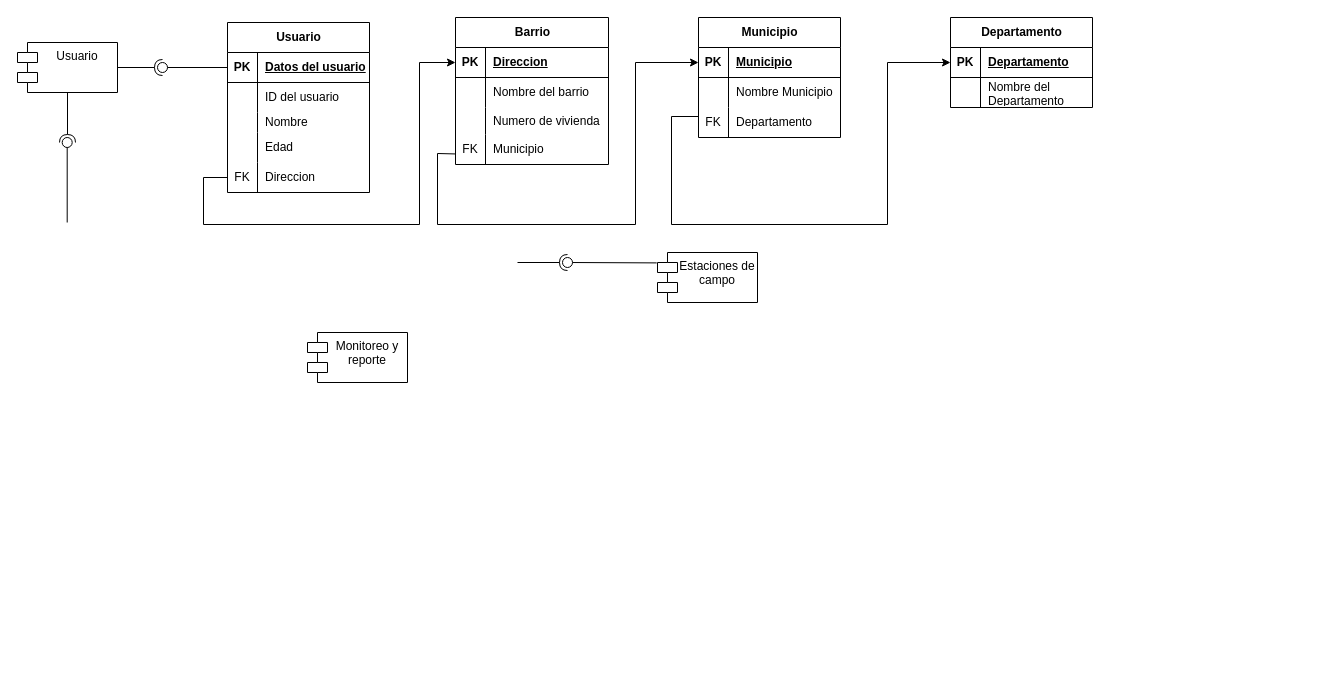
Before: Diagrama de componentes.drawio in Juan-caeres/Agrometeorologia, a draw.io diagram. Source tidied: cells renumbered, new cells numbered last; positions are measured from the earlier drawing's top-left corner, leaving out a move shared by most shapes. Both pictures are drawn from the tidied source at 100%, with x=0, y=0 at pixel (17, 17).
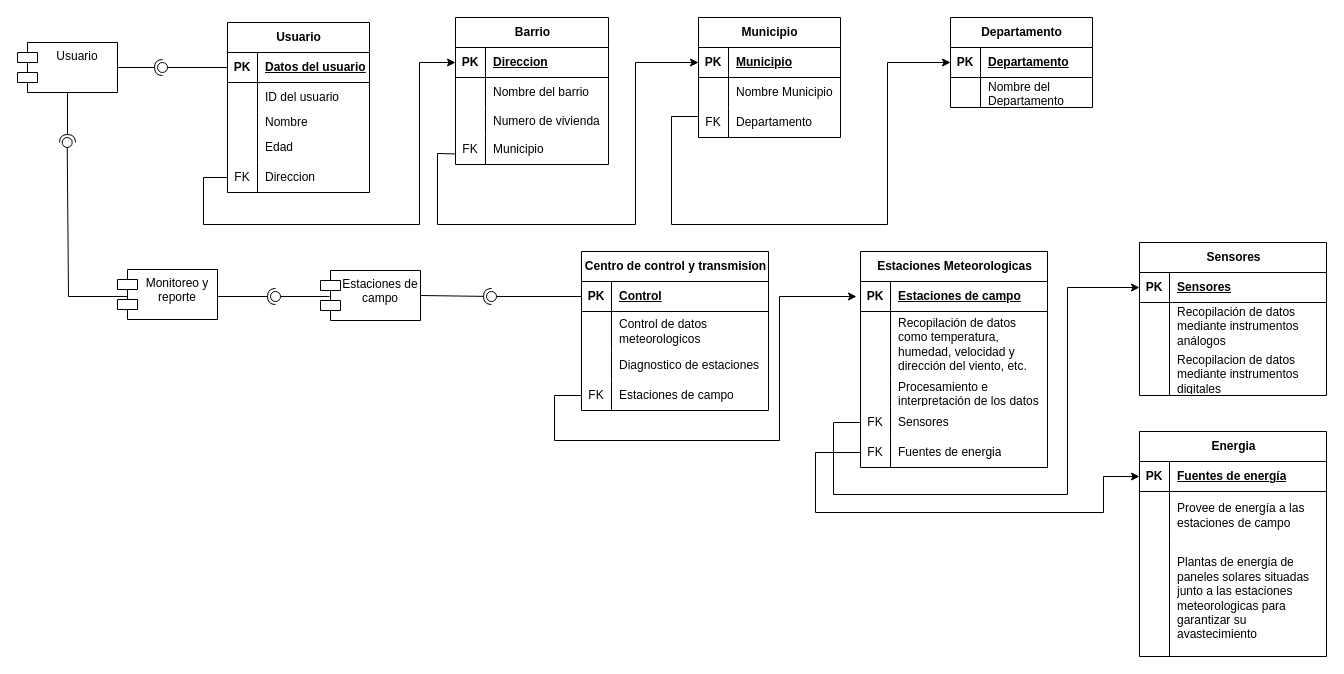
After the change.

Change to the diagram source:
```diff
@@
     <mxCell id="3" value="Estaciones de campo" style="shape=module;align=left;spacingLeft=20;align=center;verticalAlign=top;whiteSpace=wrap;html=1;" parent="1" vertex="1">
-      <mxGeometry x="640" y="235" width="100" height="50" as="geometry" />
+      <mxGeometry x="303" y="253" width="100" height="50" as="geometry" />
     </mxCell>
-    <mxCell id="4" style="rounded=0;orthogonalLoop=1;jettySize=auto;html=1;endArrow=halfCircle;endFill=0;endSize=6;strokeWidth=1;sketch=0;" parent="1" edge="1">
-      <mxGeometry relative="1" as="geometry">
-        <mxPoint x="500" y="245" as="sourcePoint" />
-        <mxPoint x="550" y="245" as="targetPoint" />
-      </mxGeometry>
-    </mxCell>
-    <mxCell id="5" style="rounded=0;jettySize=auto;html=1;endArrow=oval;endFill=0;sketch=0;sourcePerimeterSpacing=0;targetPerimeterSpacing=0;endSize=10;exitX=-0.008;exitY=0.208;exitDx=0;exitDy=0;exitPerimeter=0;" parent="1" edge="1" source="3">
-      <mxGeometry relative="1" as="geometry">
-        <mxPoint x="550" y="245" as="targetPoint" />
-      </mxGeometry>
-    </mxCell>
@@
     <mxCell id="8" style="rounded=0;orthogonalLoop=1;jettySize=auto;html=1;endArrow=oval;endFill=0;sketch=0;sourcePerimeterSpacing=0;targetPerimeterSpacing=0;endSize=10;" parent="1" edge="1">
       <mxGeometry relative="1" as="geometry">
-        <mxPoint x="49.7" y="205" as="sourcePoint" />
+        <mxPoint x="114" y="279" as="sourcePoint" />
         <mxPoint x="49.7" y="125" as="targetPoint" />
+        <Array as="points">
+          <mxPoint x="51" y="279" />
+        </Array>
       </mxGeometry>
     </mxCell>
@@
     <mxCell id="10" value="Monitoreo y reporte" style="shape=module;align=left;spacingLeft=20;align=center;verticalAlign=top;whiteSpace=wrap;html=1;" parent="1" vertex="1">
-      <mxGeometry x="290" y="315" width="100" height="50" as="geometry" />
+      <mxGeometry x="100" y="252" width="100" height="50" as="geometry" />
     </mxCell>
@@
+    <mxCell id="63" style="rounded=0;orthogonalLoop=1;jettySize=auto;html=1;endArrow=halfCircle;endFill=0;endSize=6;strokeWidth=1;sketch=0;" parent="1" edge="1">
+      <mxGeometry relative="1" as="geometry">
+        <mxPoint x="200" y="279" as="sourcePoint" />
+        <mxPoint x="258" y="279" as="targetPoint" />
+      </mxGeometry>
+    </mxCell>
+    <mxCell id="64" style="rounded=0;orthogonalLoop=1;jettySize=auto;html=1;endArrow=oval;endFill=0;sketch=0;sourcePerimeterSpacing=0;targetPerimeterSpacing=0;endSize=10;" parent="1" edge="1">
+      <mxGeometry relative="1" as="geometry">
+        <mxPoint x="312" y="279" as="sourcePoint" />
+        <mxPoint x="258" y="279" as="targetPoint" />
+      </mxGeometry>
+    </mxCell>
+    <mxCell id="65" style="ellipse;whiteSpace=wrap;html=1;align=center;fillColor=none;strokeColor=none;perimeter=centerPerimeter;" parent="1" vertex="1">
+      <mxGeometry x="309" y="243" width="10" height="10" as="geometry" />
+    </mxCell>
+    <mxCell id="66" style="rounded=0;orthogonalLoop=1;jettySize=auto;html=1;endArrow=oval;endFill=0;sketch=0;sourcePerimeterSpacing=0;targetPerimeterSpacing=0;endSize=10;" parent="1" edge="1">
+      <mxGeometry relative="1" as="geometry">
+        <mxPoint x="564" y="279" as="sourcePoint" />
+        <mxPoint x="474" y="279" as="targetPoint" />
+      </mxGeometry>
+    </mxCell>
+    <mxCell id="67" style="rounded=0;jettySize=auto;html=1;endArrow=halfCircle;endFill=0;endSize=6;strokeWidth=1;sketch=0;exitX=1;exitY=0.5;exitDx=0;exitDy=0;" parent="1" edge="1" source="3">
+      <mxGeometry relative="1" as="geometry">
+        <mxPoint x="474" y="279" as="targetPoint" />
+      </mxGeometry>
+    </mxCell>
+    <mxCell id="68" style="ellipse;whiteSpace=wrap;html=1;align=center;fillColor=none;strokeColor=none;perimeter=centerPerimeter;" parent="1" vertex="1">
+      <mxGeometry x="465" y="342" width="10" height="10" as="geometry" />
+    </mxCell>
+    <mxCell id="69" value="Centro de control y transmision" style="shape=table;startSize=30;childLayout=tableLayout;rowLines=0;fontStyle=1;align=center;html=1;" parent="1" vertex="1">
+      <mxGeometry x="564" y="234" width="187" height="159" as="geometry" />
+    </mxCell>
+    <mxCell id="70" style="shape=tableRow;horizontal=0;startSize=0;swimlaneHead=0;swimlaneBody=0;fillColor=none;top=0;left=0;right=0;bottom=1;" parent="69" vertex="1">
+      <mxGeometry y="30" width="187" height="30" as="geometry" />
+    </mxCell>
+    <mxCell id="71" value="PK" style="shape=partialRectangle;fillColor=none;top=0;left=0;bottom=0;right=0;fontStyle=1;overflow=hidden;whiteSpace=wrap;html=1;" parent="70" vertex="1">
+      <mxGeometry width="30" height="30" as="geometry" />
+    </mxCell>
+    <mxCell id="72" value="Control" style="shape=partialRectangle;fillColor=none;top=0;left=0;bottom=0;right=0;align=left;spacingLeft=6;fontStyle=5;overflow=hidden;whiteSpace=wrap;html=1;" parent="70" vertex="1">
+      <mxGeometry x="30" width="157" height="30" as="geometry" />
+    </mxCell>
+    <mxCell id="73" style="shape=tableRow;horizontal=0;startSize=0;swimlaneHead=0;swimlaneBody=0;fillColor=none;top=0;left=0;right=0;bottom=0;" parent="69" vertex="1">
+      <mxGeometry y="60" width="187" height="39" as="geometry" />
+    </mxCell>
+    <mxCell id="74" style="shape=partialRectangle;fillColor=none;top=0;left=0;bottom=0;right=0;overflow=hidden;whiteSpace=wrap;html=1;" parent="73" vertex="1">
+      <mxGeometry width="30" height="39" as="geometry" />
+    </mxCell>
+    <mxCell id="75" value="Control de datos meteorologicos" style="shape=partialRectangle;fillColor=none;top=0;left=0;bottom=0;right=0;align=left;spacingLeft=6;overflow=hidden;whiteSpace=wrap;html=1;" parent="73" vertex="1">
+      <mxGeometry x="30" width="157" height="39" as="geometry" />
+    </mxCell>
+    <mxCell id="76" style="shape=tableRow;horizontal=0;startSize=0;swimlaneHead=0;swimlaneBody=0;fillColor=none;top=0;left=0;right=0;bottom=0;" parent="69" vertex="1">
+      <mxGeometry y="99" width="187" height="30" as="geometry" />
+    </mxCell>
+    <mxCell id="77" style="shape=partialRectangle;fillColor=none;top=0;left=0;bottom=0;right=0;overflow=hidden;whiteSpace=wrap;html=1;" parent="76" vertex="1">
+      <mxGeometry width="30" height="30" as="geometry" />
+    </mxCell>
+    <mxCell id="78" value="Diagnostico de estaciones" style="shape=partialRectangle;fillColor=none;top=0;left=0;bottom=0;right=0;align=left;spacingLeft=6;overflow=hidden;whiteSpace=wrap;html=1;" parent="76" vertex="1">
+      <mxGeometry x="30" width="157" height="30" as="geometry" />
+    </mxCell>
+    <mxCell id="79" style="shape=tableRow;horizontal=0;startSize=0;swimlaneHead=0;swimlaneBody=0;fillColor=none;points=[[0,0.5],[1,0.5]];portConstraint=eastwest;top=0;left=0;right=0;bottom=0;" parent="69" vertex="1">
+      <mxGeometry y="129" width="187" height="30" as="geometry" />
+    </mxCell>
+    <mxCell id="80" value="FK" style="shape=partialRectangle;fillColor=none;top=0;left=0;bottom=0;right=0;overflow=hidden;whiteSpace=wrap;html=1;" parent="79" vertex="1">
+      <mxGeometry width="30" height="30" as="geometry" />
+    </mxCell>
+    <mxCell id="81" value="Estaciones de campo" style="shape=partialRectangle;fillColor=none;top=0;left=0;bottom=0;right=0;align=left;spacingLeft=6;overflow=hidden;whiteSpace=wrap;html=1;" parent="79" vertex="1">
+      <mxGeometry x="30" width="157" height="30" as="geometry" />
+    </mxCell>
+    <mxCell id="82" style="endArrow=classic;html=1;rounded=0;exitX=0;exitY=0.5;exitDx=0;exitDy=0;" parent="1" edge="1" source="79">
+      <mxGeometry relative="1" as="geometry">
+        <mxPoint x="839" y="279" as="targetPoint" />
+        <Array as="points">
+          <mxPoint x="537" y="378" />
+          <mxPoint x="537" y="423" />
+          <mxPoint x="762" y="423" />
+          <mxPoint x="762" y="279" />
+        </Array>
+      </mxGeometry>
+    </mxCell>
+    <mxCell id="83" value="Estaciones Meteorologicas" style="shape=table;startSize=30;childLayout=tableLayout;rowLines=0;fontStyle=1;align=center;html=1;" parent="1" vertex="1">
+      <mxGeometry x="843" y="234" width="187" height="216" as="geometry" />
+    </mxCell>
+    <mxCell id="84" style="shape=tableRow;horizontal=0;startSize=0;swimlaneHead=0;swimlaneBody=0;fillColor=none;top=0;left=0;right=0;bottom=1;" parent="83" vertex="1">
+      <mxGeometry y="30" width="187" height="30" as="geometry" />
+    </mxCell>
+    <mxCell id="85" value="PK" style="shape=partialRectangle;fillColor=none;top=0;left=0;bottom=0;right=0;fontStyle=1;overflow=hidden;whiteSpace=wrap;html=1;" parent="84" vertex="1">
+      <mxGeometry width="30" height="30" as="geometry" />
+    </mxCell>
+    <mxCell id="86" value="Estaciones de campo" style="shape=partialRectangle;fillColor=none;top=0;left=0;bottom=0;right=0;align=left;spacingLeft=6;fontStyle=5;overflow=hidden;whiteSpace=wrap;html=1;" parent="84" vertex="1">
+      <mxGeometry x="30" width="157" height="30" as="geometry" />
+    </mxCell>
+    <mxCell id="87" style="shape=tableRow;horizontal=0;startSize=0;swimlaneHead=0;swimlaneBody=0;fillColor=none;top=0;left=0;right=0;bottom=0;" parent="83" vertex="1">
+      <mxGeometry y="60" width="187" height="66" as="geometry" />
+    </mxCell>
+    <mxCell id="88" style="shape=partialRectangle;fillColor=none;top=0;left=0;bottom=0;right=0;overflow=hidden;whiteSpace=wrap;html=1;" parent="87" vertex="1">
+      <mxGeometry width="30" height="66" as="geometry" />
+    </mxCell>
+    <mxCell id="89" value="Recopilación de datos como temperatura, humedad, velocidad y dirección del viento, etc.&amp;nbsp;" style="shape=partialRectangle;fillColor=none;top=0;left=0;bottom=0;right=0;align=left;spacingLeft=6;overflow=hidden;whiteSpace=wrap;html=1;" parent="87" vertex="1">
+      <mxGeometry x="30" width="157" height="66" as="geometry" />
+    </mxCell>
+    <mxCell id="90" style="shape=tableRow;horizontal=0;startSize=0;swimlaneHead=0;swimlaneBody=0;fillColor=none;top=0;left=0;right=0;bottom=0;" parent="83" vertex="1">
+      <mxGeometry y="126" width="187" height="30" as="geometry" />
+    </mxCell>
+    <mxCell id="91" style="shape=partialRectangle;fillColor=none;top=0;left=0;bottom=0;right=0;overflow=hidden;whiteSpace=wrap;html=1;" parent="90" vertex="1">
+      <mxGeometry width="30" height="30" as="geometry" />
+    </mxCell>
+    <mxCell id="92" value="Procesamiento e interpretación de los datos" style="shape=partialRectangle;fillColor=none;top=0;left=0;bottom=0;right=0;align=left;spacingLeft=6;overflow=hidden;whiteSpace=wrap;html=1;" parent="90" vertex="1">
+      <mxGeometry x="30" width="157" height="30" as="geometry" />
+    </mxCell>
+    <mxCell id="93" style="shape=tableRow;horizontal=0;startSize=0;swimlaneHead=0;swimlaneBody=0;fillColor=none;points=[[0,0.5],[1,0.5]];portConstraint=eastwest;top=0;left=0;right=0;bottom=0;" parent="83" vertex="1">
+      <mxGeometry y="156" width="187" height="30" as="geometry" />
+    </mxCell>
+    <mxCell id="94" value="FK" style="shape=partialRectangle;fillColor=none;top=0;left=0;bottom=0;right=0;overflow=hidden;whiteSpace=wrap;html=1;" parent="93" vertex="1">
+      <mxGeometry width="30" height="30" as="geometry" />
+    </mxCell>
+    <mxCell id="95" value="Sensores" style="shape=partialRectangle;fillColor=none;top=0;left=0;bottom=0;right=0;align=left;spacingLeft=6;overflow=hidden;whiteSpace=wrap;html=1;" parent="93" vertex="1">
+      <mxGeometry x="30" width="157" height="30" as="geometry" />
+    </mxCell>
+    <mxCell id="96" style="shape=tableRow;horizontal=0;startSize=0;swimlaneHead=0;swimlaneBody=0;fillColor=none;points=[[0,0.5],[1,0.5]];portConstraint=eastwest;top=0;left=0;right=0;bottom=0;" parent="83" vertex="1">
+      <mxGeometry y="186" width="187" height="30" as="geometry" />
+    </mxCell>
+    <mxCell id="97" value="FK" style="shape=partialRectangle;fillColor=none;top=0;left=0;bottom=0;right=0;overflow=hidden;whiteSpace=wrap;html=1;" parent="96" vertex="1">
+      <mxGeometry width="30" height="30" as="geometry" />
+    </mxCell>
+    <mxCell id="98" value="Fuentes de energia" style="shape=partialRectangle;fillColor=none;top=0;left=0;bottom=0;right=0;align=left;spacingLeft=6;overflow=hidden;whiteSpace=wrap;html=1;" parent="96" vertex="1">
+      <mxGeometry x="30" width="157" height="30" as="geometry" />
+    </mxCell>
+    <mxCell id="99" style="endArrow=classic;html=1;rounded=0;exitX=0;exitY=0.5;exitDx=0;exitDy=0;" parent="1" edge="1" source="93">
+      <mxGeometry relative="1" as="geometry">
+        <mxPoint x="1122" y="270" as="targetPoint" />
+        <Array as="points">
+          <mxPoint x="816" y="405" />
+          <mxPoint x="816" y="477" />
+          <mxPoint x="1050" y="477" />
+          <mxPoint x="1050" y="270" />
+        </Array>
+      </mxGeometry>
+    </mxCell>
+    <mxCell id="100" value="Sensores" style="shape=table;startSize=30;childLayout=tableLayout;rowLines=0;fontStyle=1;align=center;html=1;" parent="1" vertex="1">
+      <mxGeometry x="1122" y="225" width="187" height="153" as="geometry" />
+    </mxCell>
+    <mxCell id="101" style="shape=tableRow;horizontal=0;startSize=0;swimlaneHead=0;swimlaneBody=0;fillColor=none;top=0;left=0;right=0;bottom=1;" parent="100" vertex="1">
+      <mxGeometry y="30" width="187" height="30" as="geometry" />
+    </mxCell>
+    <mxCell id="102" value="PK" style="shape=partialRectangle;fillColor=none;top=0;left=0;bottom=0;right=0;fontStyle=1;overflow=hidden;whiteSpace=wrap;html=1;" parent="101" vertex="1">
+      <mxGeometry width="30" height="30" as="geometry" />
+    </mxCell>
+    <mxCell id="103" value="Sensores" style="shape=partialRectangle;fillColor=none;top=0;left=0;bottom=0;right=0;align=left;spacingLeft=6;fontStyle=5;overflow=hidden;whiteSpace=wrap;html=1;" parent="101" vertex="1">
+      <mxGeometry x="30" width="157" height="30" as="geometry" />
+    </mxCell>
+    <mxCell id="104" style="shape=tableRow;horizontal=0;startSize=0;swimlaneHead=0;swimlaneBody=0;fillColor=none;top=0;left=0;right=0;bottom=0;" parent="100" vertex="1">
+      <mxGeometry y="60" width="187" height="48" as="geometry" />
+    </mxCell>
+    <mxCell id="105" style="shape=partialRectangle;fillColor=none;top=0;left=0;bottom=0;right=0;overflow=hidden;whiteSpace=wrap;html=1;" parent="104" vertex="1">
+      <mxGeometry width="30" height="48" as="geometry" />
+    </mxCell>
+    <mxCell id="106" value="Recopilación de datos mediante instrumentos análogos" style="shape=partialRectangle;fillColor=none;top=0;left=0;bottom=0;right=0;align=left;spacingLeft=6;overflow=hidden;whiteSpace=wrap;html=1;" parent="104" vertex="1">
+      <mxGeometry x="30" width="157" height="48" as="geometry" />
+    </mxCell>
+    <mxCell id="107" style="shape=tableRow;horizontal=0;startSize=0;swimlaneHead=0;swimlaneBody=0;fillColor=none;top=0;left=0;right=0;bottom=0;" parent="100" vertex="1">
+      <mxGeometry y="108" width="187" height="45" as="geometry" />
+    </mxCell>
+    <mxCell id="108" style="shape=partialRectangle;fillColor=none;top=0;left=0;bottom=0;right=0;overflow=hidden;whiteSpace=wrap;html=1;" parent="107" vertex="1">
+      <mxGeometry width="30" height="45" as="geometry" />
+    </mxCell>
+    <mxCell id="109" value="Recopilacion de datos mediante instrumentos digitales" style="shape=partialRectangle;fillColor=none;top=0;left=0;bottom=0;right=0;align=left;spacingLeft=6;overflow=hidden;whiteSpace=wrap;html=1;" parent="107" vertex="1">
+      <mxGeometry x="30" width="157" height="45" as="geometry" />
+    </mxCell>
+    <mxCell id="110" style="endArrow=classic;html=1;rounded=0;exitX=0;exitY=0.5;exitDx=0;exitDy=0;" parent="1" edge="1" source="96">
+      <mxGeometry relative="1" as="geometry">
+        <mxPoint x="1122" y="459" as="targetPoint" />
+        <Array as="points">
+          <mxPoint x="798" y="435" />
+          <mxPoint x="798" y="495" />
+          <mxPoint x="1086" y="495" />
+          <mxPoint x="1086" y="459" />
+        </Array>
+      </mxGeometry>
+    </mxCell>
+    <mxCell id="111" value="Energia" style="shape=table;startSize=30;childLayout=tableLayout;rowLines=0;fontStyle=1;align=center;html=1;" parent="1" vertex="1">
+      <mxGeometry x="1122" y="414" width="187" height="225" as="geometry" />
+    </mxCell>
+    <mxCell id="112" style="shape=tableRow;horizontal=0;startSize=0;swimlaneHead=0;swimlaneBody=0;fillColor=none;top=0;left=0;right=0;bottom=1;" parent="111" vertex="1">
+      <mxGeometry y="30" width="187" height="30" as="geometry" />
+    </mxCell>
+    <mxCell id="113" value="PK" style="shape=partialRectangle;fillColor=none;top=0;left=0;bottom=0;right=0;fontStyle=1;overflow=hidden;whiteSpace=wrap;html=1;" parent="112" vertex="1">
+      <mxGeometry width="30" height="30" as="geometry" />
+    </mxCell>
+    <mxCell id="114" value="Fuentes de energía" style="shape=partialRectangle;fillColor=none;top=0;left=0;bottom=0;right=0;align=left;spacingLeft=6;fontStyle=5;overflow=hidden;whiteSpace=wrap;html=1;" parent="112" vertex="1">
+      <mxGeometry x="30" width="157" height="30" as="geometry" />
+    </mxCell>
+    <mxCell id="115" style="shape=tableRow;horizontal=0;startSize=0;swimlaneHead=0;swimlaneBody=0;fillColor=none;top=0;left=0;right=0;bottom=0;" parent="111" vertex="1">
+      <mxGeometry y="60" width="187" height="48" as="geometry" />
+    </mxCell>
+    <mxCell id="116" style="shape=partialRectangle;fillColor=none;top=0;left=0;bottom=0;right=0;overflow=hidden;whiteSpace=wrap;html=1;" parent="115" vertex="1">
+      <mxGeometry width="30" height="48" as="geometry" />
+    </mxCell>
+    <mxCell id="117" value="Provee de energía a las estaciones de campo" style="shape=partialRectangle;fillColor=none;top=0;left=0;bottom=0;right=0;align=left;spacingLeft=6;overflow=hidden;whiteSpace=wrap;html=1;" parent="115" vertex="1">
+      <mxGeometry x="30" width="157" height="48" as="geometry" />
+    </mxCell>
+    <mxCell id="118" style="shape=tableRow;horizontal=0;startSize=0;swimlaneHead=0;swimlaneBody=0;fillColor=none;top=0;left=0;right=0;bottom=0;" parent="111" vertex="1">
+      <mxGeometry y="108" width="187" height="117" as="geometry" />
+    </mxCell>
+    <mxCell id="119" style="shape=partialRectangle;fillColor=none;top=0;left=0;bottom=0;right=0;overflow=hidden;whiteSpace=wrap;html=1;" parent="118" vertex="1">
+      <mxGeometry width="30" height="117" as="geometry" />
+    </mxCell>
+    <mxCell id="120" value="Plantas de energia de paneles solares situadas junto a las estaciones meteorologicas para garantizar su avastecimiento" style="shape=partialRectangle;fillColor=none;top=0;left=0;bottom=0;right=0;align=left;spacingLeft=6;overflow=hidden;whiteSpace=wrap;html=1;" parent="118" vertex="1">
+      <mxGeometry x="30" width="157" height="117" as="geometry" />
+    </mxCell>
```
